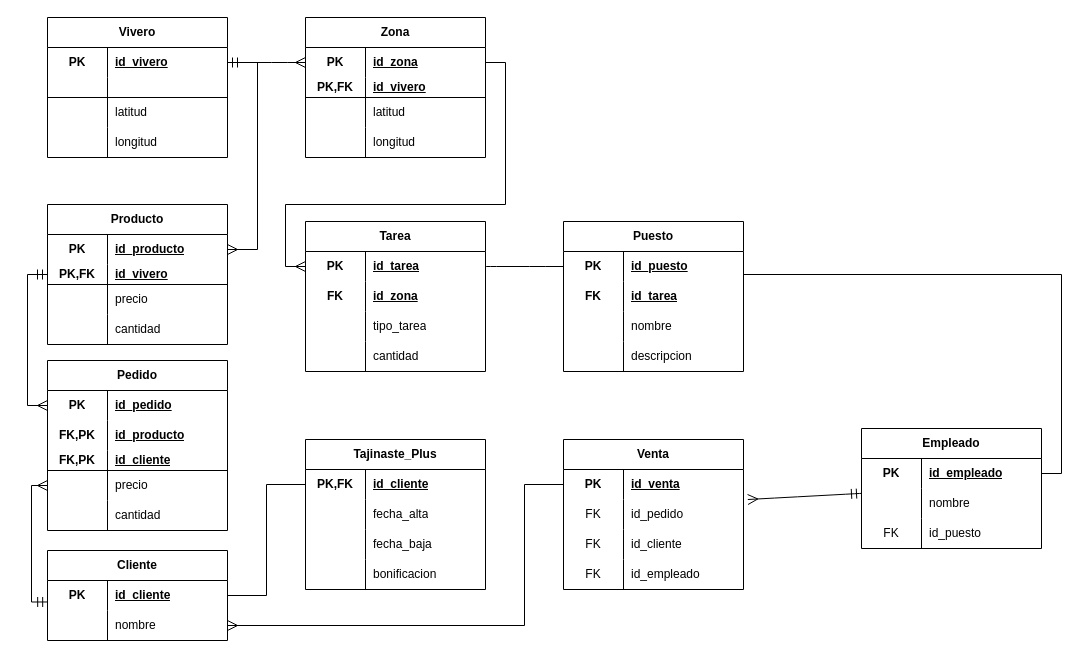
Earlier version of the draw.io diagram relacional/RelacionalPR3.drawio (DortaEspinosaPabloJose/Practicas2026-ADBD). Source tidied: cells renumbered, new cells numbered last; positions are measured from the earlier drawing's top-left corner, leaving out a move shared by most shapes. Both pictures are drawn from the tidied source at 100%, with x=0, y=0 at pixel (27, 17).
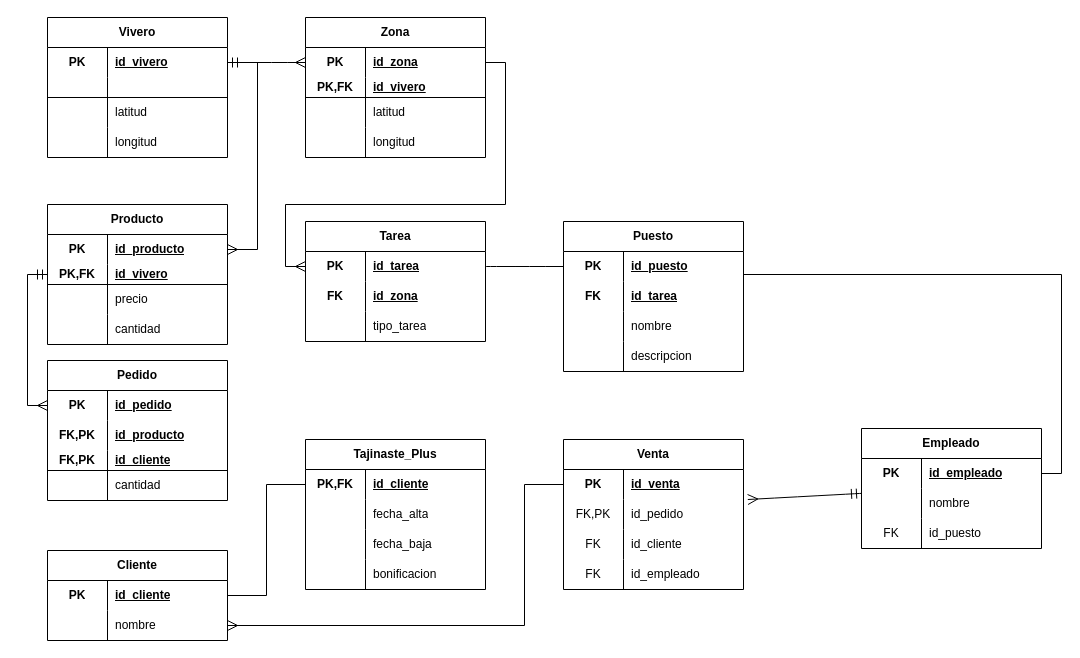
The same page after the edit.

Commit message (it also covers changes not shown here):
correccion relacional

The change refers to these unchanged cells:
```xml
<mxCell id="44" style="shape=tableRow;horizontal=0;startSize=0;swimlaneHead=0;swimlaneBody=0;fillColor=none;points=[[0,0.5],[1,0.5]];portConstraint=eastwest;top=0;left=0;right=0;bottom=0;html=1;" parent="43" vertex="1">
  <mxGeometry y="30" width="180" height="30" as="geometry" />
</mxCell>
<mxCell id="119" style="shape=tableRow;horizontal=0;startSize=0;swimlaneHead=0;swimlaneBody=0;fillColor=none;top=0;left=0;right=0;bottom=0;html=1;" parent="115" vertex="1">
  <mxGeometry y="60" width="180" height="30" as="geometry" />
</mxCell>
```

Change to the diagram source:
```diff
@@
     <mxCell id="50" value="Pedido" style="shape=table;startSize=30;childLayout=tableLayout;rowLines=0;fontStyle=1;align=center;html=1;whiteSpace=wrap;" parent="1" vertex="1">
-      <mxGeometry x="20" y="343" width="180" height="170" as="geometry" />
+      <mxGeometry x="20" y="343" width="180" height="140" as="geometry" />
     </mxCell>
@@
-    <mxCell id="60" style="shape=tableRow;horizontal=0;startSize=0;swimlaneHead=0;swimlaneBody=0;fillColor=none;points=[[0,0.5],[1,0.5]];portConstraint=eastwest;top=0;left=0;right=0;bottom=0;html=1;" parent="50" vertex="1">
-      <mxGeometry y="110" width="180" height="30" as="geometry" />
-    </mxCell>
-    <mxCell id="61" style="shape=partialRectangle;fillColor=none;top=0;left=0;bottom=0;right=0;overflow=hidden;html=1;whiteSpace=wrap;" parent="60" vertex="1">
-      <mxGeometry width="60" height="30" as="geometry" />
-    </mxCell>
-    <mxCell id="62" value="precio" style="shape=partialRectangle;fillColor=none;top=0;left=0;bottom=0;right=0;align=left;spacingLeft=6;overflow=hidden;html=1;whiteSpace=wrap;" parent="60" vertex="1">
-      <mxGeometry x="60" width="120" height="30" as="geometry" />
-    </mxCell>
     <mxCell id="63" style="shape=tableRow;horizontal=0;startSize=0;swimlaneHead=0;swimlaneBody=0;fillColor=none;top=0;left=0;right=0;bottom=0;html=1;" parent="50" vertex="1">
-      <mxGeometry y="140" width="180" height="30" as="geometry" />
+      <mxGeometry y="110" width="180" height="30" as="geometry" />
     </mxCell>
@@
     <mxCell id="79" value="Tarea" style="shape=table;startSize=30;childLayout=tableLayout;rowLines=0;fontStyle=1;align=center;html=1;whiteSpace=wrap;" parent="1" vertex="1">
-      <mxGeometry x="278" y="204" width="180" height="150" as="geometry" />
+      <mxGeometry x="278" y="204" width="180" height="120" as="geometry" />
     </mxCell>
@@
-    <mxCell id="89" style="shape=tableRow;horizontal=0;startSize=0;swimlaneHead=0;swimlaneBody=0;fillColor=none;top=0;left=0;right=0;bottom=0;html=1;" parent="79" vertex="1">
-      <mxGeometry y="120" width="180" height="30" as="geometry" />
-    </mxCell>
-    <mxCell id="90" style="shape=partialRectangle;fillColor=none;top=0;left=0;bottom=0;right=0;overflow=hidden;html=1;whiteSpace=wrap;" parent="89" vertex="1">
-      <mxGeometry width="60" height="30" as="geometry" />
-    </mxCell>
-    <mxCell id="91" value="cantidad" style="shape=partialRectangle;fillColor=none;top=0;left=0;bottom=0;right=0;align=left;spacingLeft=6;overflow=hidden;html=1;whiteSpace=wrap;" parent="89" vertex="1">
-      <mxGeometry x="60" width="120" height="30" as="geometry" />
-    </mxCell>
@@
-    <mxCell id="120" value="FK" style="shape=partialRectangle;fillColor=none;top=0;left=0;bottom=0;right=0;overflow=hidden;html=1;whiteSpace=wrap;" parent="119" vertex="1">
+    <mxCell id="120" value="FK,PK" style="shape=partialRectangle;fillColor=none;top=0;left=0;bottom=0;right=0;overflow=hidden;html=1;whiteSpace=wrap;" parent="119" vertex="1">
       <mxGeometry width="60" height="30" as="geometry" />
     </mxCell>
@@
-    <mxCell id="132" style="edgeStyle=orthogonalEdgeStyle;shape=wire;rounded=0;jettySize=auto;html=1;exitX=0;exitY=0.5;exitDx=0;exitDy=0;entryX=0.001;entryY=0.716;entryDx=0;entryDy=0;entryPerimeter=0;dashed=1;fontSize=12;startSize=8;endSize=8;libavoidRouting=1;endArrow=ERmandOne;endFill=0;startArrow=ERmany;startFill=0;" parent="1" edge="1" source="60" target="44">
+    <mxCell id="132" style="edgeStyle=orthogonalEdgeStyle;shape=wire;rounded=0;jettySize=auto;html=1;exitX=0;exitY=0.5;exitDx=0;exitDy=0;entryX=0.001;entryY=0.716;entryDx=0;entryDy=0;entryPerimeter=0;dashed=1;fontSize=12;startSize=8;endSize=8;libavoidRouting=1;endArrow=ERmandOne;endFill=0;startArrow=ERmany;startFill=0;" parent="1" edge="1" target="44">
       <mxGeometry relative="1" as="geometry">
         <Array as="points">
           <mxPoint x="4" y="468" />
           <mxPoint x="4" y="584" />
         </Array>
       </mxGeometry>
     </mxCell>
```
